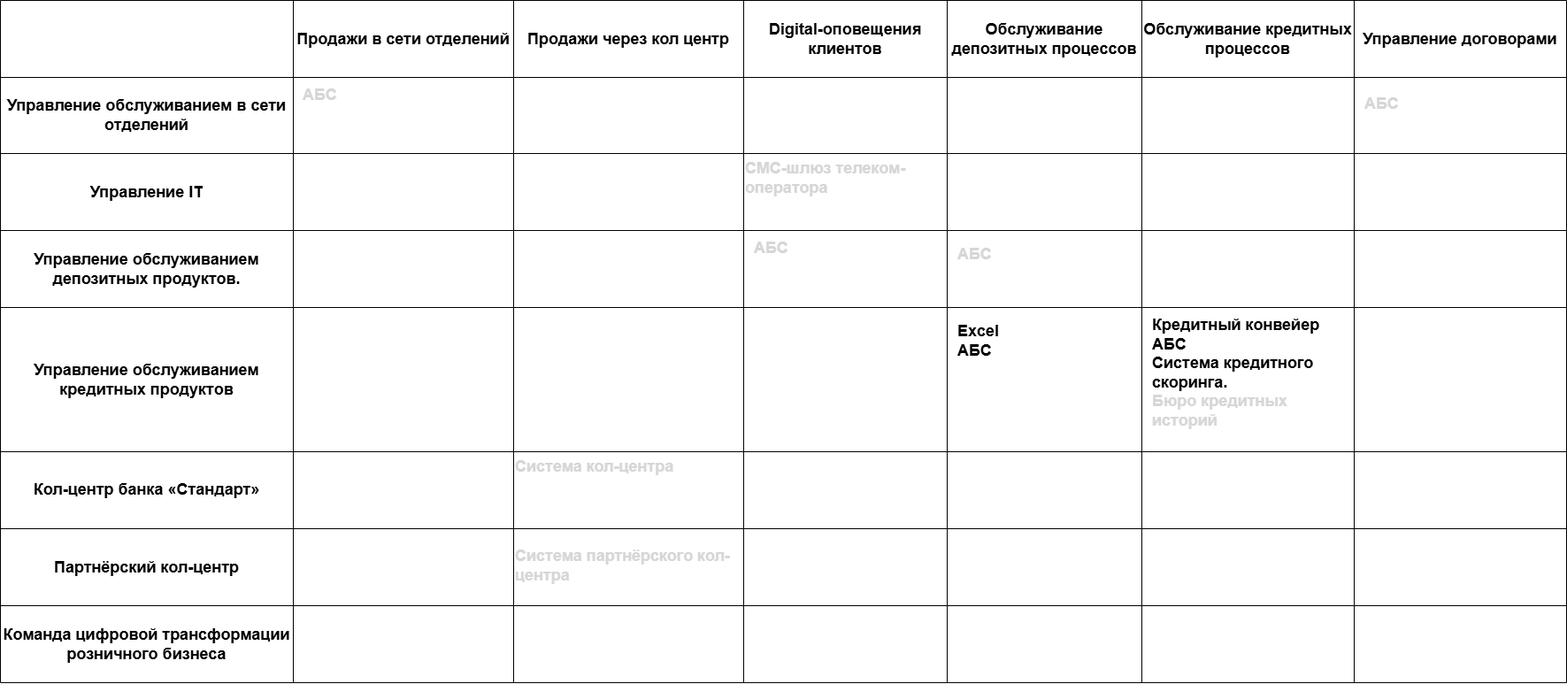
Upforup/architecture-pro-standart keeps this draw.io diagram as Task1/it_landscape_as_is.png. Above is the earlier version. Source tidied: cells renumbered, new cells last; positions are measured from the earlier drawing's top-left corner, leaving out a move shared by most shapes.
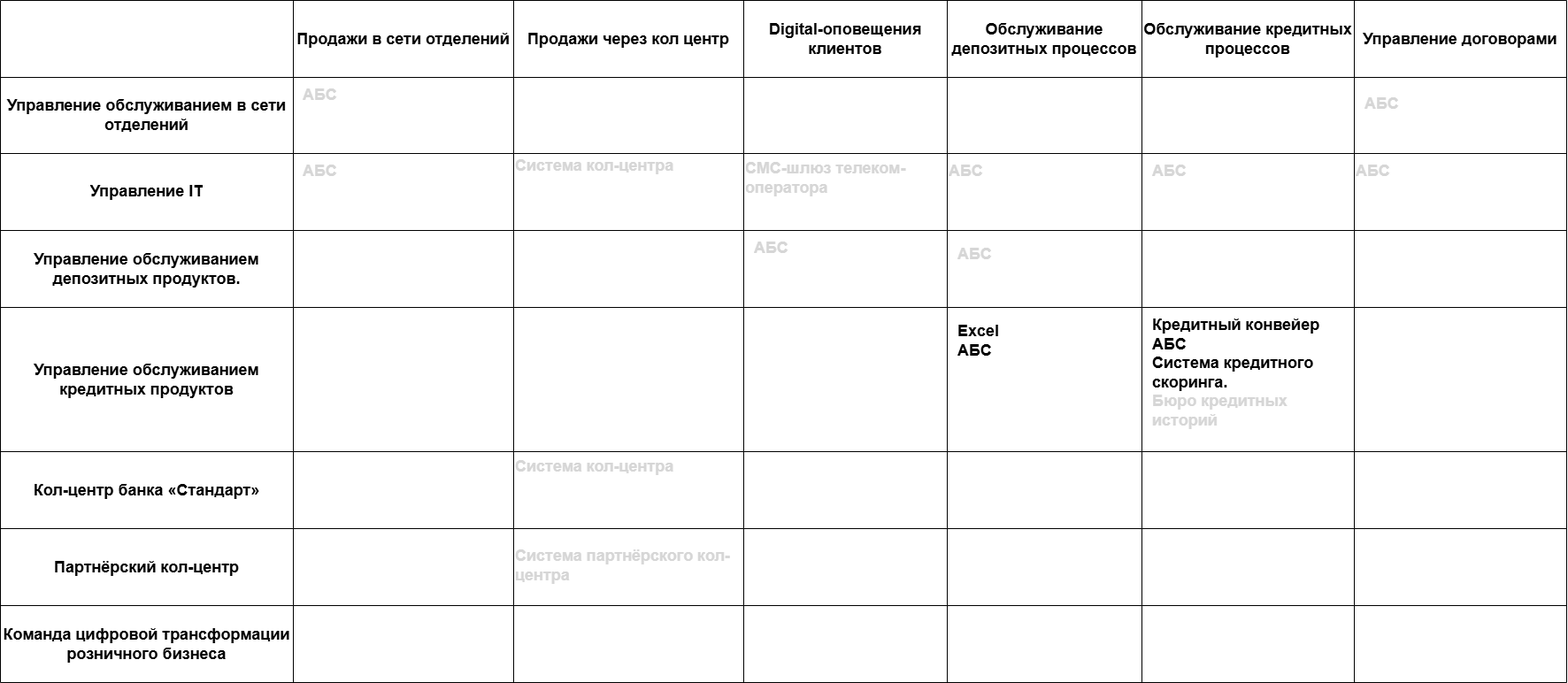
Later version of the same file.

What changed in the source:
```diff
@@ -215,5 +215,20 @@
     <mxCell id="72" value="&lt;strong style=&quot;box-sizing: inherit; color: rgb(214, 214, 214); font-family: &amp;quot;YS Text&amp;quot;, sans-serif; font-size: 18px; white-space-collapse: preserve-breaks;&quot;&gt;АБС&lt;/strong&gt;" style="shape=partialRectangle;html=1;whiteSpace=wrap;strokeColor=inherit;overflow=hidden;fillColor=none;top=0;left=0;bottom=0;right=0;fontColor=light-dark(#000000,#040404);labelBackgroundColor=none;align=left;verticalAlign=top;" parent="1" vertex="1">
       <mxGeometry x="850" y="263" width="230" height="87" as="geometry" />
     </mxCell>
+    <mxCell id="73" value="&lt;strong style=&quot;box-sizing: inherit; color: rgb(214, 214, 214); font-family: &amp;quot;YS Text&amp;quot;, sans-serif; font-size: 18px; white-space-collapse: preserve-breaks;&quot;&gt;АБС&lt;/strong&gt;" style="shape=partialRectangle;html=1;whiteSpace=wrap;strokeColor=inherit;overflow=hidden;fillColor=none;top=0;left=0;bottom=0;right=0;fontColor=light-dark(#000000,#040404);labelBackgroundColor=none;align=left;verticalAlign=top;" parent="1" vertex="1">
+      <mxGeometry x="340" y="176" width="230" height="87" as="geometry" />
+    </mxCell>
+    <mxCell id="74" value="&lt;strong style=&quot;box-sizing: inherit; color: rgb(214, 214, 214); font-family: &amp;quot;YS Text&amp;quot;, sans-serif; font-size: 18px; white-space-collapse: preserve-breaks;&quot;&gt;Система кол-центра&lt;/strong&gt;" style="shape=partialRectangle;html=1;whiteSpace=wrap;strokeColor=inherit;overflow=hidden;fillColor=none;top=0;left=0;bottom=0;right=0;fontColor=light-dark(#000000,#040404);labelBackgroundColor=none;align=left;verticalAlign=top;" parent="1" vertex="1">
+      <mxGeometry x="580" y="170" width="260" height="87" as="geometry" />
+    </mxCell>
+    <mxCell id="75" value="&lt;strong style=&quot;box-sizing: inherit; color: rgb(214, 214, 214); font-family: &amp;quot;YS Text&amp;quot;, sans-serif; font-size: 18px; white-space-collapse: preserve-breaks;&quot;&gt;АБС&lt;/strong&gt;" style="shape=partialRectangle;html=1;whiteSpace=wrap;strokeColor=inherit;overflow=hidden;fillColor=none;top=0;left=0;bottom=0;right=0;fontColor=light-dark(#000000,#040404);labelBackgroundColor=none;align=left;verticalAlign=top;" parent="1" vertex="1">
+      <mxGeometry x="1070" y="176" width="230" height="87" as="geometry" />
+    </mxCell>
+    <mxCell id="76" value="&lt;strong style=&quot;box-sizing: inherit; color: rgb(214, 214, 214); font-family: &amp;quot;YS Text&amp;quot;, sans-serif; font-size: 18px; white-space-collapse: preserve-breaks;&quot;&gt;АБС&lt;/strong&gt;" style="shape=partialRectangle;html=1;whiteSpace=wrap;strokeColor=inherit;overflow=hidden;fillColor=none;top=0;left=0;bottom=0;right=0;fontColor=light-dark(#000000,#040404);labelBackgroundColor=none;align=left;verticalAlign=top;" parent="1" vertex="1">
+      <mxGeometry x="1300" y="176" width="230" height="87" as="geometry" />
+    </mxCell>
+    <mxCell id="77" value="&lt;strong style=&quot;box-sizing: inherit; color: rgb(214, 214, 214); font-family: &amp;quot;YS Text&amp;quot;, sans-serif; font-size: 18px; white-space-collapse: preserve-breaks;&quot;&gt;АБС&lt;/strong&gt;" style="shape=partialRectangle;html=1;whiteSpace=wrap;strokeColor=inherit;overflow=hidden;fillColor=none;top=0;left=0;bottom=0;right=0;fontColor=light-dark(#000000,#040404);labelBackgroundColor=none;align=left;verticalAlign=top;" parent="1" vertex="1">
+      <mxGeometry x="1530" y="176" width="230" height="87" as="geometry" />
+    </mxCell>
   </root>
 </mxGraphModel>
```
